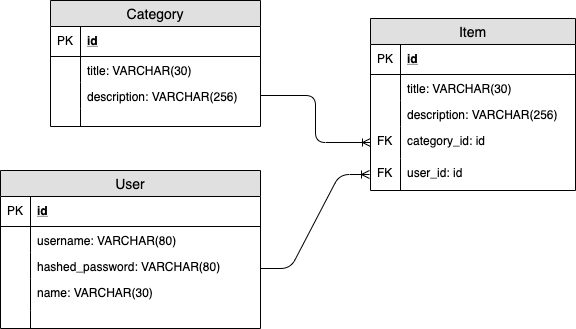
Before: Markdown/Onboard_EntityRelation.png, a diagram exported from draw.io (bomcon123456/Onboard_Project). Source tidied: cells renumbered, new cells last; positions are measured from the earlier drawing's top-left corner, leaving out a move shared by most shapes. Its diagram source:
```xml
<mxGraphModel background="#ffffff">
  <root>
    <mxCell id="0" />
    <mxCell id="1" parent="0" />
    <mxCell id="2" value="User" style="swimlane;fontStyle=0;horizontal=1;startSize=26;fillColor=#e0e0e0;swimlaneFillColor=#ffffff;align=center;fontSize=14;" parent="1" vertex="1">
      <mxGeometry y="170" width="260" height="158" as="geometry" />
    </mxCell>
    <mxCell id="3" value="id" style="shape=partialRectangle;top=0;left=0;right=0;bottom=1;align=left;verticalAlign=middle;fillColor=none;spacingLeft=34;spacingRight=4;overflow=hidden;fontStyle=5;fontSize=12;" parent="2" vertex="1">
      <mxGeometry y="26" width="260" height="30" as="geometry" />
    </mxCell>
    <mxCell id="4" value="PK" style="shape=partialRectangle;top=0;left=0;bottom=0;fillColor=none;align=left;verticalAlign=middle;spacingLeft=4;spacingRight=4;overflow=hidden;fontSize=12;" parent="3" vertex="1">
      <mxGeometry width="30" height="30" as="geometry" />
    </mxCell>
    <mxCell id="5" value="username: VARCHAR(80)&#10;" style="shape=partialRectangle;top=0;left=0;right=0;bottom=0;align=left;verticalAlign=top;fillColor=none;spacingLeft=34;spacingRight=4;overflow=hidden;fontSize=12;" parent="2" vertex="1">
      <mxGeometry y="56" width="260" height="26" as="geometry" />
    </mxCell>
    <mxCell id="6" style="shape=partialRectangle;top=0;left=0;bottom=0;fillColor=none;align=left;verticalAlign=top;spacingLeft=4;spacingRight=4;overflow=hidden;fontSize=12;" parent="5" vertex="1">
      <mxGeometry width="30" height="26" as="geometry" />
    </mxCell>
    <mxCell id="7" value="hashed_password: VARCHAR(80)" style="shape=partialRectangle;top=0;left=0;right=0;bottom=0;align=left;verticalAlign=top;fillColor=none;spacingLeft=34;spacingRight=4;overflow=hidden;fontSize=12;" parent="2" vertex="1">
      <mxGeometry y="82" width="260" height="26" as="geometry" />
    </mxCell>
    <mxCell id="8" style="shape=partialRectangle;top=0;left=0;bottom=0;fillColor=none;align=left;verticalAlign=top;spacingLeft=4;spacingRight=4;overflow=hidden;fontSize=12;" parent="7" vertex="1">
      <mxGeometry width="30" height="26" as="geometry" />
    </mxCell>
    <mxCell id="9" value="name: VARCHAR(30)&#10;" style="shape=partialRectangle;top=0;left=0;right=0;bottom=0;align=left;verticalAlign=top;fillColor=none;spacingLeft=34;spacingRight=4;overflow=hidden;fontSize=12;" parent="2" vertex="1">
      <mxGeometry y="108" width="260" height="32" as="geometry" />
    </mxCell>
    <mxCell id="10" style="shape=partialRectangle;top=0;left=0;bottom=0;fillColor=none;align=left;verticalAlign=top;spacingLeft=4;spacingRight=4;overflow=hidden;fontSize=12;" parent="9" vertex="1">
      <mxGeometry width="30" height="32" as="geometry" />
    </mxCell>
    <mxCell id="11" style="shape=partialRectangle;top=0;left=0;right=0;bottom=0;align=left;verticalAlign=top;fillColor=none;spacingLeft=34;spacingRight=4;overflow=hidden;fontSize=12;" parent="2" vertex="1">
      <mxGeometry y="140" width="260" height="18" as="geometry" />
    </mxCell>
    <mxCell id="12" style="shape=partialRectangle;top=0;left=0;bottom=0;fillColor=none;align=left;verticalAlign=top;spacingLeft=4;spacingRight=4;overflow=hidden;fontSize=12;" parent="11" vertex="1">
      <mxGeometry width="30" height="18" as="geometry" />
    </mxCell>
    <mxCell id="13" value="Item" style="swimlane;fontStyle=0;horizontal=1;startSize=26;fillColor=#e0e0e0;swimlaneFillColor=#ffffff;align=center;fontSize=14;" parent="1" vertex="1">
      <mxGeometry x="370" y="18" width="205" height="172" as="geometry" />
    </mxCell>
    <mxCell id="14" value="id" style="shape=partialRectangle;top=0;left=0;right=0;bottom=1;align=left;verticalAlign=middle;fillColor=none;spacingLeft=34;spacingRight=4;overflow=hidden;fontStyle=5;fontSize=12;" parent="13" vertex="1">
      <mxGeometry y="26" width="205" height="30" as="geometry" />
    </mxCell>
    <mxCell id="15" value="PK" style="shape=partialRectangle;top=0;left=0;bottom=0;fillColor=none;align=left;verticalAlign=middle;spacingLeft=4;spacingRight=4;overflow=hidden;fontSize=12;" parent="14" vertex="1">
      <mxGeometry width="30" height="30" as="geometry" />
    </mxCell>
    <mxCell id="16" value="title: VARCHAR(30)&#10;" style="shape=partialRectangle;top=0;left=0;right=0;bottom=0;align=left;verticalAlign=top;fillColor=none;spacingLeft=34;spacingRight=4;overflow=hidden;fontSize=12;" parent="13" vertex="1">
      <mxGeometry y="56" width="205" height="26" as="geometry" />
    </mxCell>
    <mxCell id="17" style="shape=partialRectangle;top=0;left=0;bottom=0;fillColor=none;align=left;verticalAlign=top;spacingLeft=4;spacingRight=4;overflow=hidden;fontSize=12;" parent="16" vertex="1">
      <mxGeometry width="30" height="26" as="geometry" />
    </mxCell>
    <mxCell id="18" value="description: VARCHAR(256)" style="shape=partialRectangle;top=0;left=0;right=0;bottom=0;align=left;verticalAlign=top;fillColor=none;spacingLeft=34;spacingRight=4;overflow=hidden;fontSize=12;" parent="13" vertex="1">
      <mxGeometry y="82" width="205" height="26" as="geometry" />
    </mxCell>
    <mxCell id="19" style="shape=partialRectangle;top=0;left=0;bottom=0;fillColor=none;align=left;verticalAlign=top;spacingLeft=4;spacingRight=4;overflow=hidden;fontSize=12;" parent="18" vertex="1">
      <mxGeometry width="30" height="26" as="geometry" />
    </mxCell>
    <mxCell id="20" value="category_id: id" style="shape=partialRectangle;top=0;left=0;right=0;bottom=0;align=left;verticalAlign=top;fillColor=none;spacingLeft=34;spacingRight=4;overflow=hidden;points=[[0,0.5],[1,0.5]];portConstraint=eastwest;fontSize=12;" parent="13" vertex="1">
      <mxGeometry y="108" width="205" height="32" as="geometry" />
    </mxCell>
    <mxCell id="21" value="FK" style="shape=partialRectangle;top=0;left=0;bottom=0;fillColor=none;align=left;verticalAlign=top;spacingLeft=4;spacingRight=4;overflow=hidden;fontSize=12;" parent="20" vertex="1">
      <mxGeometry width="30" height="32" as="geometry" />
    </mxCell>
    <mxCell id="22" value="user_id: id" style="shape=partialRectangle;top=0;left=0;right=0;bottom=0;align=left;verticalAlign=top;fillColor=none;spacingLeft=34;spacingRight=4;overflow=hidden;fontSize=12;" parent="13" vertex="1">
      <mxGeometry y="140" width="205" height="32" as="geometry" />
    </mxCell>
    <mxCell id="23" value="FK" style="shape=partialRectangle;top=0;left=0;bottom=0;fillColor=none;align=left;verticalAlign=top;spacingLeft=4;spacingRight=4;overflow=hidden;fontSize=12;" parent="22" vertex="1">
      <mxGeometry width="30" height="32" as="geometry" />
    </mxCell>
    <mxCell id="24" value="Category" style="swimlane;fontStyle=0;horizontal=1;startSize=26;fillColor=#e0e0e0;swimlaneFillColor=#ffffff;align=center;fontSize=14;" parent="1" vertex="1">
      <mxGeometry x="50" width="210" height="126" as="geometry" />
    </mxCell>
    <mxCell id="25" value="id" style="shape=partialRectangle;top=0;left=0;right=0;bottom=1;align=left;verticalAlign=middle;fillColor=none;spacingLeft=34;spacingRight=4;overflow=hidden;fontStyle=5;fontSize=12;" parent="24" vertex="1">
      <mxGeometry y="26" width="210" height="30" as="geometry" />
    </mxCell>
    <mxCell id="26" value="PK" style="shape=partialRectangle;top=0;left=0;bottom=0;fillColor=none;align=left;verticalAlign=middle;spacingLeft=4;spacingRight=4;overflow=hidden;fontSize=12;" parent="25" vertex="1">
      <mxGeometry width="30" height="30" as="geometry" />
    </mxCell>
    <mxCell id="27" value="title: VARCHAR(30)&#10;" style="shape=partialRectangle;top=0;left=0;right=0;bottom=0;align=left;verticalAlign=top;fillColor=none;spacingLeft=34;spacingRight=4;overflow=hidden;fontSize=12;" parent="24" vertex="1">
      <mxGeometry y="56" width="210" height="26" as="geometry" />
    </mxCell>
    <mxCell id="28" style="shape=partialRectangle;top=0;left=0;bottom=0;fillColor=none;align=left;verticalAlign=top;spacingLeft=4;spacingRight=4;overflow=hidden;fontSize=12;" parent="27" vertex="1">
      <mxGeometry width="30" height="26" as="geometry" />
    </mxCell>
    <mxCell id="29" value="description: VARCHAR(256)" style="shape=partialRectangle;top=0;left=0;right=0;bottom=0;align=left;verticalAlign=top;fillColor=none;spacingLeft=34;spacingRight=4;overflow=hidden;points=[[0,0.5],[1,0.5]];portConstraint=eastwest;fontSize=12;" parent="24" vertex="1">
      <mxGeometry y="82" width="210" height="26" as="geometry" />
    </mxCell>
    <mxCell id="30" style="shape=partialRectangle;top=0;left=0;bottom=0;fillColor=none;align=left;verticalAlign=top;spacingLeft=4;spacingRight=4;overflow=hidden;fontSize=12;" parent="29" vertex="1">
      <mxGeometry width="30" height="26" as="geometry" />
    </mxCell>
    <mxCell id="31" style="shape=partialRectangle;top=0;left=0;right=0;bottom=0;align=left;verticalAlign=top;fillColor=none;spacingLeft=34;spacingRight=4;overflow=hidden;fontSize=12;" parent="24" vertex="1">
      <mxGeometry y="108" width="210" height="18" as="geometry" />
    </mxCell>
    <mxCell id="32" style="shape=partialRectangle;top=0;left=0;bottom=0;fillColor=none;align=left;verticalAlign=top;spacingLeft=4;spacingRight=4;overflow=hidden;fontSize=12;" parent="31" vertex="1">
      <mxGeometry width="30" height="18" as="geometry" />
    </mxCell>
    <mxCell id="33" style="edgeStyle=entityRelationEdgeStyle;fontSize=12;html=1;endArrow=ERoneToMany;" parent="1" edge="1">
      <mxGeometry relative="1" as="geometry">
        <mxPoint x="260" y="268" as="sourcePoint" />
        <mxPoint x="369" y="174" as="targetPoint" />
      </mxGeometry>
    </mxCell>
    <mxCell id="34" style="edgeStyle=orthogonalEdgeStyle;jettySize=auto;html=1;entryX=0;entryY=0.5;entryDx=0;entryDy=0;endArrow=ERoneToMany;endFill=0;rounded=1;" parent="1" edge="1" source="29" target="20">
      <mxGeometry relative="1" as="geometry" />
    </mxCell>
  </root>
</mxGraphModel>
```
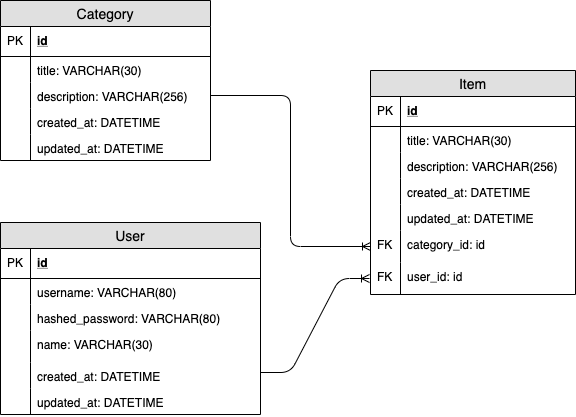
After the change.

Diff of the diagram source:
```diff
@@ -3,7 +3,7 @@
     <mxCell id="0" />
     <mxCell id="1" parent="0" />
     <mxCell id="2" value="User" style="swimlane;fontStyle=0;horizontal=1;startSize=26;fillColor=#e0e0e0;swimlaneFillColor=#ffffff;align=center;fontSize=14;" parent="1" vertex="1">
-      <mxGeometry y="170" width="260" height="158" as="geometry" />
+      <mxGeometry y="170" width="260" height="192" as="geometry" />
     </mxCell>
     <mxCell id="3" value="id" style="shape=partialRectangle;top=0;left=0;right=0;bottom=1;align=left;verticalAlign=middle;fillColor=none;spacingLeft=34;spacingRight=4;overflow=hidden;fontStyle=5;fontSize=12;" parent="2" vertex="1">
       <mxGeometry y="26" width="260" height="30" as="geometry" />
@@ -29,14 +29,20 @@
     <mxCell id="10" style="shape=partialRectangle;top=0;left=0;bottom=0;fillColor=none;align=left;verticalAlign=top;spacingLeft=4;spacingRight=4;overflow=hidden;fontSize=12;" parent="9" vertex="1">
       <mxGeometry width="30" height="32" as="geometry" />
     </mxCell>
-    <mxCell id="11" style="shape=partialRectangle;top=0;left=0;right=0;bottom=0;align=left;verticalAlign=top;fillColor=none;spacingLeft=34;spacingRight=4;overflow=hidden;fontSize=12;" parent="2" vertex="1">
-      <mxGeometry y="140" width="260" height="18" as="geometry" />
-    </mxCell>
-    <mxCell id="12" style="shape=partialRectangle;top=0;left=0;bottom=0;fillColor=none;align=left;verticalAlign=top;spacingLeft=4;spacingRight=4;overflow=hidden;fontSize=12;" parent="11" vertex="1">
-      <mxGeometry width="30" height="18" as="geometry" />
-    </mxCell>
+    <mxCell id="35" value="created_at: DATETIME" style="shape=partialRectangle;top=0;left=0;right=0;bottom=0;align=left;verticalAlign=top;fillColor=none;spacingLeft=34;spacingRight=4;overflow=hidden;fontSize=12;" parent="2" vertex="1">
+      <mxGeometry y="140" width="260" height="26" as="geometry" />
+    </mxCell>
+    <mxCell id="36" style="shape=partialRectangle;top=0;left=0;bottom=0;fillColor=none;align=left;verticalAlign=top;spacingLeft=4;spacingRight=4;overflow=hidden;fontSize=12;" parent="35" vertex="1">
+      <mxGeometry width="30" height="26" as="geometry" />
+    </mxCell>
+    <mxCell id="37" value="updated_at: DATETIME" style="shape=partialRectangle;top=0;left=0;right=0;bottom=0;align=left;verticalAlign=top;fillColor=none;spacingLeft=34;spacingRight=4;overflow=hidden;fontSize=12;" parent="2" vertex="1">
+      <mxGeometry y="166" width="260" height="26" as="geometry" />
+    </mxCell>
+    <mxCell id="38" style="shape=partialRectangle;top=0;left=0;bottom=0;fillColor=none;align=left;verticalAlign=top;spacingLeft=4;spacingRight=4;overflow=hidden;fontSize=12;" parent="37" vertex="1">
+      <mxGeometry width="30" height="26" as="geometry" />
+    </mxCell>
     <mxCell id="13" value="Item" style="swimlane;fontStyle=0;horizontal=1;startSize=26;fillColor=#e0e0e0;swimlaneFillColor=#ffffff;align=center;fontSize=14;" parent="1" vertex="1">
-      <mxGeometry x="370" y="18" width="205" height="172" as="geometry" />
+      <mxGeometry x="370" y="18" width="205" height="224" as="geometry" />
     </mxCell>
     <mxCell id="14" value="id" style="shape=partialRectangle;top=0;left=0;right=0;bottom=1;align=left;verticalAlign=middle;fillColor=none;spacingLeft=34;spacingRight=4;overflow=hidden;fontStyle=5;fontSize=12;" parent="13" vertex="1">
       <mxGeometry y="26" width="205" height="30" as="geometry" />
@@ -56,20 +62,32 @@
     <mxCell id="19" style="shape=partialRectangle;top=0;left=0;bottom=0;fillColor=none;align=left;verticalAlign=top;spacingLeft=4;spacingRight=4;overflow=hidden;fontSize=12;" parent="18" vertex="1">
       <mxGeometry width="30" height="26" as="geometry" />
     </mxCell>
+    <mxCell id="39" value="created_at: DATETIME" style="shape=partialRectangle;top=0;left=0;right=0;bottom=0;align=left;verticalAlign=top;fillColor=none;spacingLeft=34;spacingRight=4;overflow=hidden;fontSize=12;" parent="13" vertex="1">
+      <mxGeometry y="108" width="205" height="26" as="geometry" />
+    </mxCell>
+    <mxCell id="40" style="shape=partialRectangle;top=0;left=0;bottom=0;fillColor=none;align=left;verticalAlign=top;spacingLeft=4;spacingRight=4;overflow=hidden;fontSize=12;" parent="39" vertex="1">
+      <mxGeometry width="30" height="26" as="geometry" />
+    </mxCell>
+    <mxCell id="41" value="updated_at: DATETIME" style="shape=partialRectangle;top=0;left=0;right=0;bottom=0;align=left;verticalAlign=top;fillColor=none;spacingLeft=34;spacingRight=4;overflow=hidden;fontSize=12;" parent="13" vertex="1">
+      <mxGeometry y="134" width="205" height="26" as="geometry" />
+    </mxCell>
+    <mxCell id="42" style="shape=partialRectangle;top=0;left=0;bottom=0;fillColor=none;align=left;verticalAlign=top;spacingLeft=4;spacingRight=4;overflow=hidden;fontSize=12;" parent="41" vertex="1">
+      <mxGeometry width="30" height="26" as="geometry" />
+    </mxCell>
     <mxCell id="20" value="category_id: id" style="shape=partialRectangle;top=0;left=0;right=0;bottom=0;align=left;verticalAlign=top;fillColor=none;spacingLeft=34;spacingRight=4;overflow=hidden;points=[[0,0.5],[1,0.5]];portConstraint=eastwest;fontSize=12;" parent="13" vertex="1">
-      <mxGeometry y="108" width="205" height="32" as="geometry" />
+      <mxGeometry y="160" width="205" height="32" as="geometry" />
     </mxCell>
     <mxCell id="21" value="FK" style="shape=partialRectangle;top=0;left=0;bottom=0;fillColor=none;align=left;verticalAlign=top;spacingLeft=4;spacingRight=4;overflow=hidden;fontSize=12;" parent="20" vertex="1">
       <mxGeometry width="30" height="32" as="geometry" />
     </mxCell>
     <mxCell id="22" value="user_id: id" style="shape=partialRectangle;top=0;left=0;right=0;bottom=0;align=left;verticalAlign=top;fillColor=none;spacingLeft=34;spacingRight=4;overflow=hidden;fontSize=12;" parent="13" vertex="1">
-      <mxGeometry y="140" width="205" height="32" as="geometry" />
+      <mxGeometry y="192" width="205" height="32" as="geometry" />
     </mxCell>
     <mxCell id="23" value="FK" style="shape=partialRectangle;top=0;left=0;bottom=0;fillColor=none;align=left;verticalAlign=top;spacingLeft=4;spacingRight=4;overflow=hidden;fontSize=12;" parent="22" vertex="1">
       <mxGeometry width="30" height="32" as="geometry" />
     </mxCell>
     <mxCell id="24" value="Category" style="swimlane;fontStyle=0;horizontal=1;startSize=26;fillColor=#e0e0e0;swimlaneFillColor=#ffffff;align=center;fontSize=14;" parent="1" vertex="1">
-      <mxGeometry x="50" width="210" height="126" as="geometry" />
+      <mxGeometry y="-52" width="210" height="160" as="geometry" />
     </mxCell>
     <mxCell id="25" value="id" style="shape=partialRectangle;top=0;left=0;right=0;bottom=1;align=left;verticalAlign=middle;fillColor=none;spacingLeft=34;spacingRight=4;overflow=hidden;fontStyle=5;fontSize=12;" parent="24" vertex="1">
       <mxGeometry y="26" width="210" height="30" as="geometry" />
@@ -89,16 +107,22 @@
     <mxCell id="30" style="shape=partialRectangle;top=0;left=0;bottom=0;fillColor=none;align=left;verticalAlign=top;spacingLeft=4;spacingRight=4;overflow=hidden;fontSize=12;" parent="29" vertex="1">
       <mxGeometry width="30" height="26" as="geometry" />
     </mxCell>
-    <mxCell id="31" style="shape=partialRectangle;top=0;left=0;right=0;bottom=0;align=left;verticalAlign=top;fillColor=none;spacingLeft=34;spacingRight=4;overflow=hidden;fontSize=12;" parent="24" vertex="1">
-      <mxGeometry y="108" width="210" height="18" as="geometry" />
-    </mxCell>
-    <mxCell id="32" style="shape=partialRectangle;top=0;left=0;bottom=0;fillColor=none;align=left;verticalAlign=top;spacingLeft=4;spacingRight=4;overflow=hidden;fontSize=12;" parent="31" vertex="1">
-      <mxGeometry width="30" height="18" as="geometry" />
-    </mxCell>
+    <mxCell id="43" value="created_at: DATETIME" style="shape=partialRectangle;top=0;left=0;right=0;bottom=0;align=left;verticalAlign=top;fillColor=none;spacingLeft=34;spacingRight=4;overflow=hidden;fontSize=12;" parent="24" vertex="1">
+      <mxGeometry y="108" width="210" height="26" as="geometry" />
+    </mxCell>
+    <mxCell id="44" style="shape=partialRectangle;top=0;left=0;bottom=0;fillColor=none;align=left;verticalAlign=top;spacingLeft=4;spacingRight=4;overflow=hidden;fontSize=12;" parent="43" vertex="1">
+      <mxGeometry width="30" height="26" as="geometry" />
+    </mxCell>
+    <mxCell id="45" value="updated_at: DATETIME" style="shape=partialRectangle;top=0;left=0;right=0;bottom=0;align=left;verticalAlign=top;fillColor=none;spacingLeft=34;spacingRight=4;overflow=hidden;fontSize=12;" parent="24" vertex="1">
+      <mxGeometry y="134" width="210" height="26" as="geometry" />
+    </mxCell>
+    <mxCell id="46" style="shape=partialRectangle;top=0;left=0;bottom=0;fillColor=none;align=left;verticalAlign=top;spacingLeft=4;spacingRight=4;overflow=hidden;fontSize=12;" parent="45" vertex="1">
+      <mxGeometry width="30" height="26" as="geometry" />
+    </mxCell>
     <mxCell id="33" style="edgeStyle=entityRelationEdgeStyle;fontSize=12;html=1;endArrow=ERoneToMany;" parent="1" edge="1">
       <mxGeometry relative="1" as="geometry">
-        <mxPoint x="260" y="268" as="sourcePoint" />
-        <mxPoint x="369" y="174" as="targetPoint" />
+        <mxPoint x="260" y="320" as="sourcePoint" />
+        <mxPoint x="369" y="226" as="targetPoint" />
       </mxGeometry>
     </mxCell>
     <mxCell id="34" style="edgeStyle=orthogonalEdgeStyle;jettySize=auto;html=1;entryX=0;entryY=0.5;entryDx=0;entryDy=0;endArrow=ERoneToMany;endFill=0;rounded=1;" parent="1" edge="1" source="29" target="20">
```
